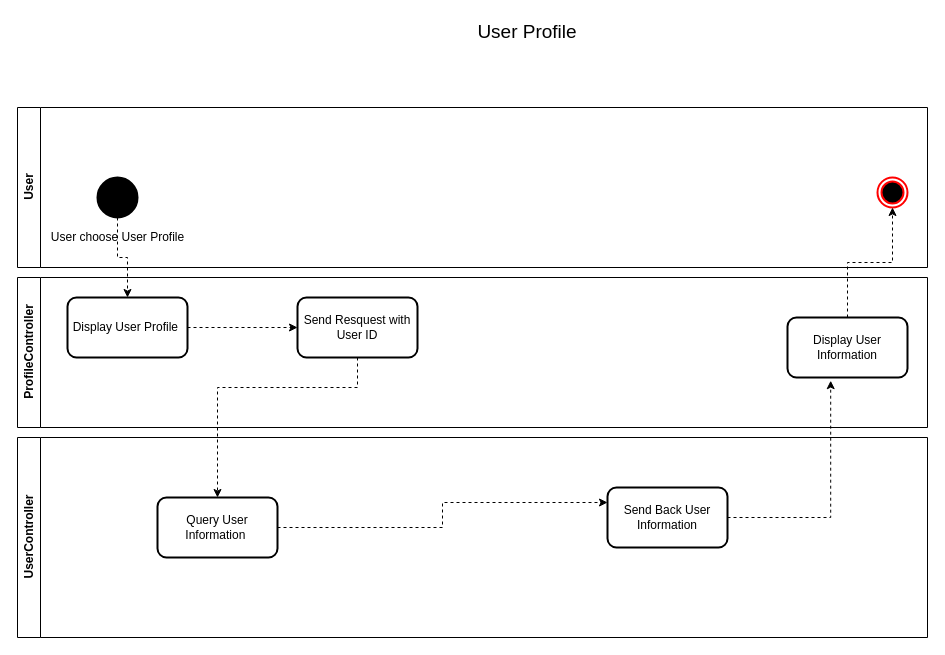
NotAsea/Hocviec keeps this draw.io diagram as Diagram/Workflow/Display User Profile.drawio. Above is the earlier version. Source tidied: cells renumbered, new cells numbered last; positions are measured from the earlier drawing's top-left corner, leaving out a move shared by most shapes. Both pictures are drawn from the tidied source at 100%, with x=0, y=0 at pixel (17, 17).
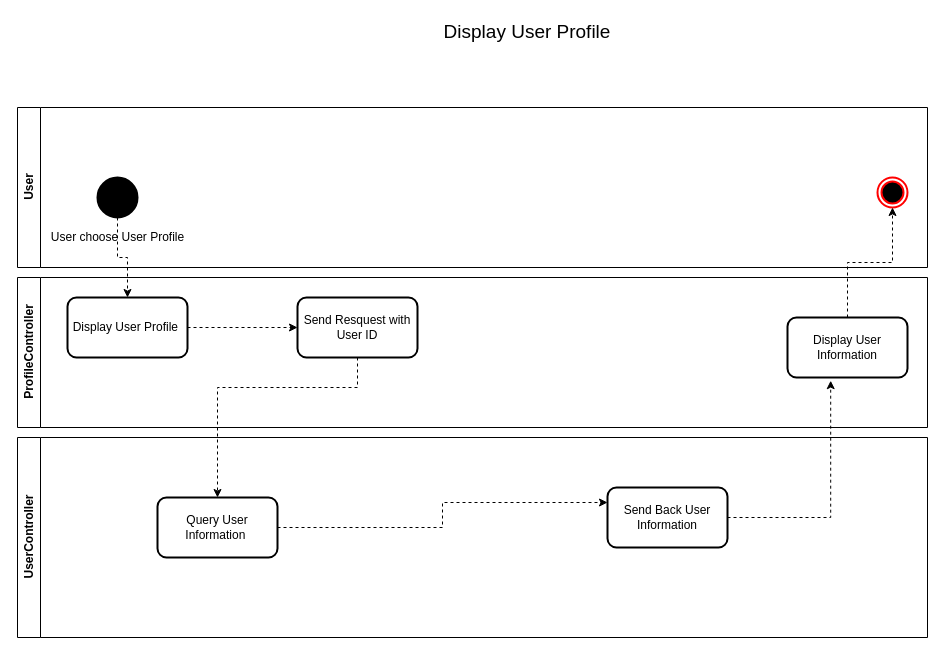
The same page after the edit.

What changed in the source:
```diff
@@
-    <mxCell id="16" value="User Profile" style="text;html=1;strokeColor=none;fillColor=none;align=center;verticalAlign=middle;whiteSpace=wrap;rounded=0;fontSize=19;" parent="1" vertex="1">
+    <mxCell id="16" value="Display User Profile" style="text;html=1;strokeColor=none;fillColor=none;align=center;verticalAlign=middle;whiteSpace=wrap;rounded=0;fontSize=19;" parent="1" vertex="1">
       <mxGeometry x="420" width="180" height="30" as="geometry" />
     </mxCell>
```
